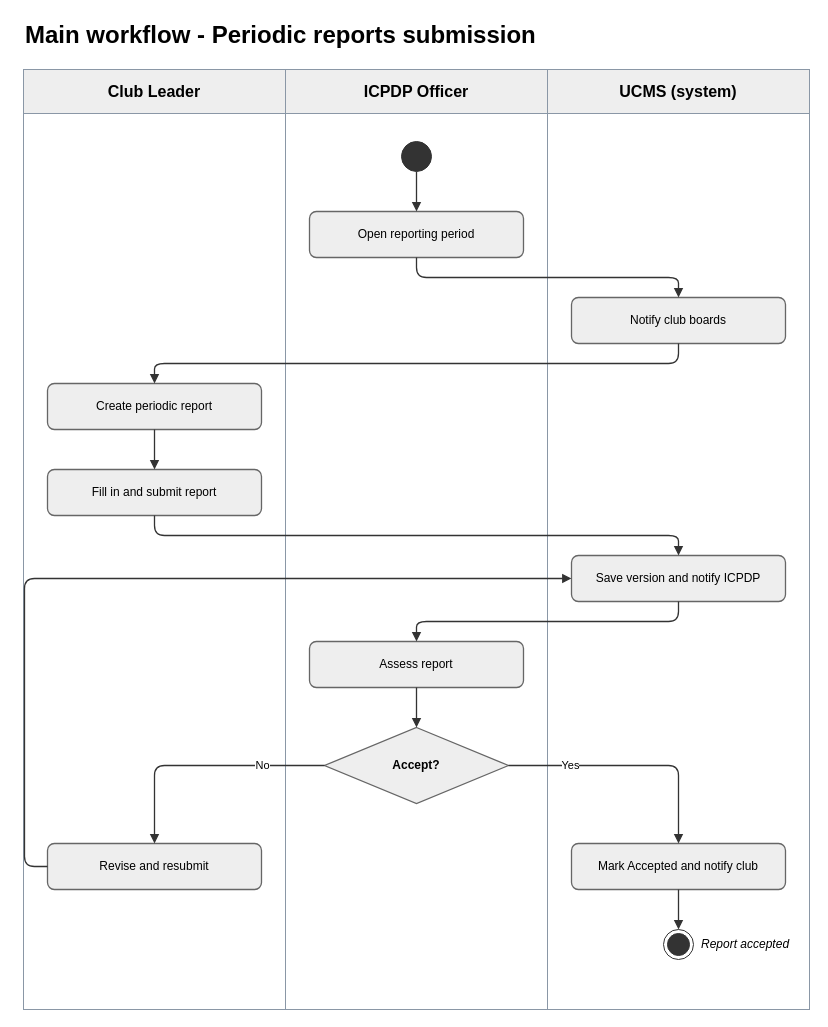
nvdekay/ClubManagementSystem keeps this draw.io diagram as page "03 Periodic reports submission" (3 of 10) of docs/03-diagrams/UCMS_Main_Workflow.drawio. Above is the earlier version. Source tidied: cells renumbered, new cells numbered last; positions are measured from the earlier drawing's top-left corner, leaving out a move shared by most shapes. Both pictures are drawn from the tidied source at 100%, with x=0, y=0 at pixel (23, 17).
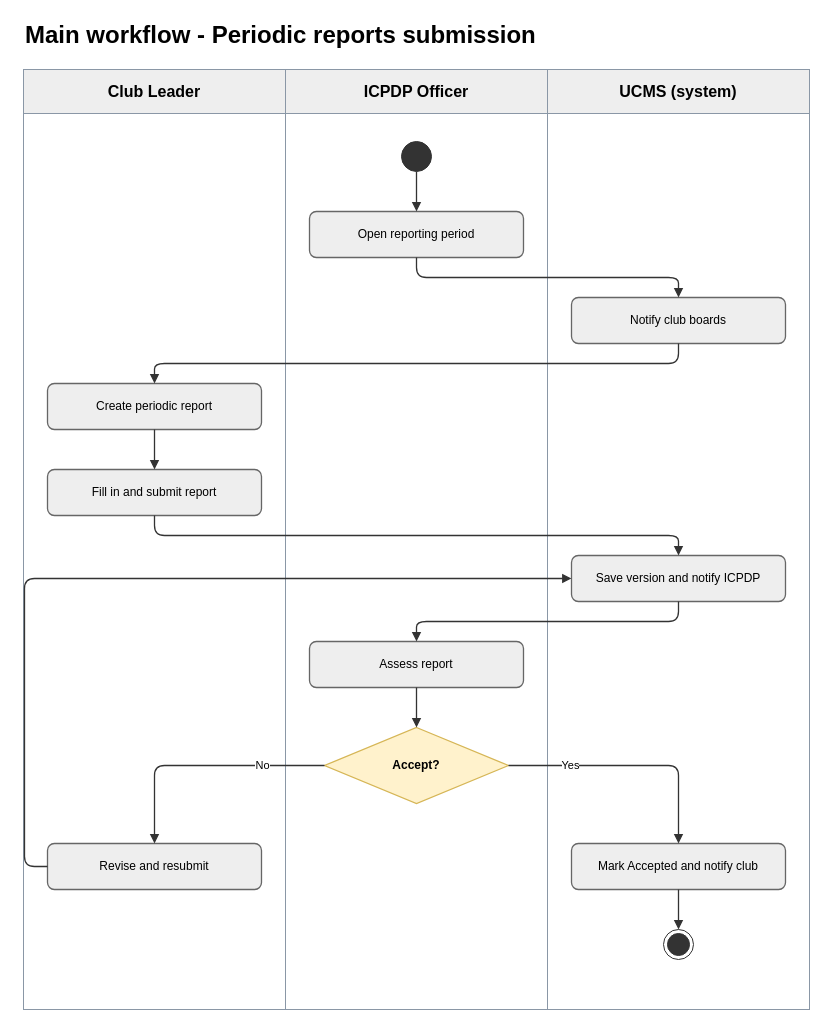
After the change.

What changed in the source:
```diff
@@
-    <mxCell id="16" value="Accept?" style="rhombus;whiteSpace=wrap;html=1;fillColor=#eeeeee;strokeColor=#666666;strokeWidth=1.3;fontStyle=1;spacingLeft=18;spacingRight=18;fontSize=12;" parent="1" vertex="1">
+    <mxCell id="16" value="Accept?" style="rhombus;whiteSpace=wrap;html=1;fillColor=#fff2cc;strokeColor=#d6b656;strokeWidth=1.3;fontStyle=1;spacingLeft=18;spacingRight=18;fontSize=12;" parent="1" vertex="1">
       <mxGeometry x="301" y="710" width="184" height="76" as="geometry" />
     </mxCell>
@@
-    <mxCell id="20" value="Report accepted" style="text;html=1;whiteSpace=wrap;align=left;verticalAlign=middle;fontSize=12;fontStyle=2;" parent="1" vertex="1">
-      <mxGeometry x="676" y="904" width="104" height="46" as="geometry" />
-    </mxCell>
```
